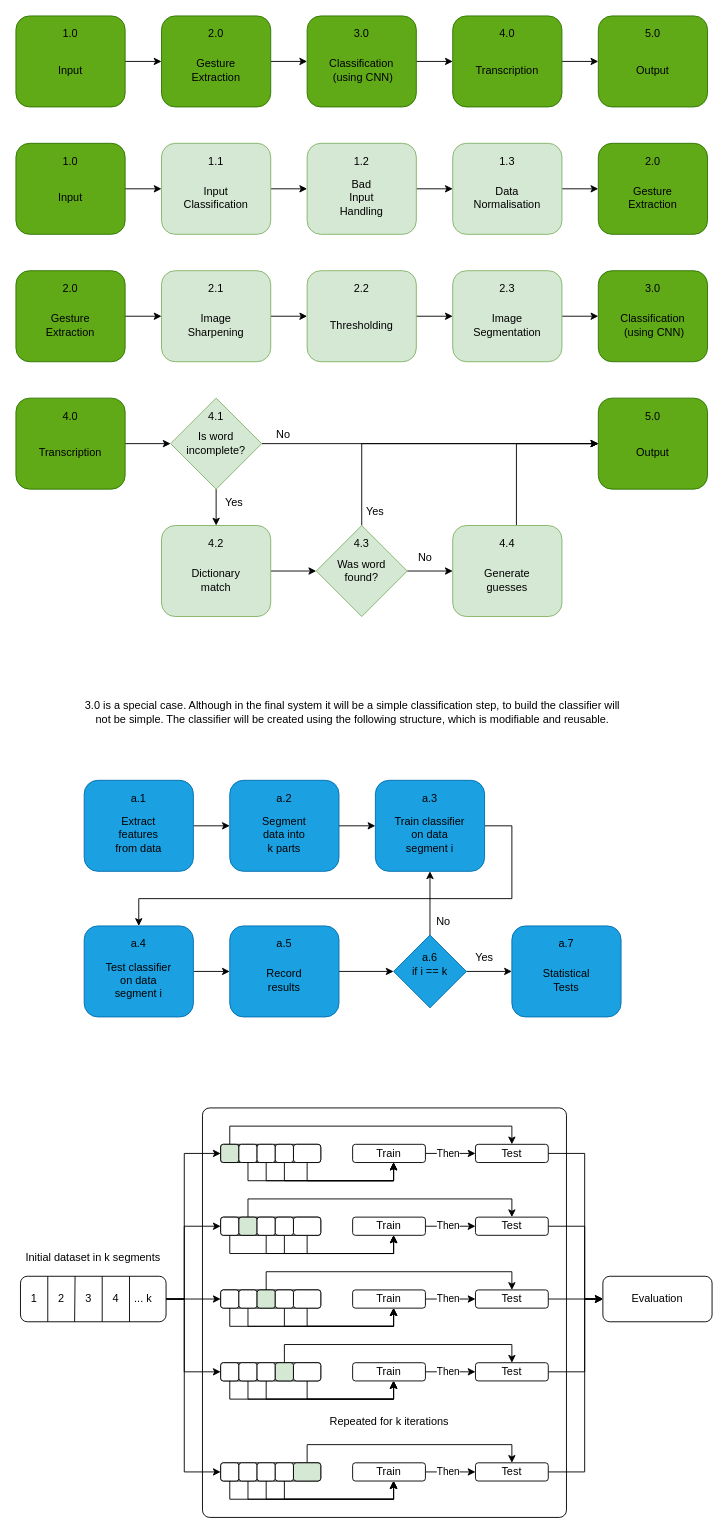
This is Untitled Diagram.drawio from Inkletblot/drawio, a draw.io file, before an edit. Source tidied: cells renumbered, new cells numbered last; positions are measured from the earlier drawing's top-left corner, leaving out a move shared by most shapes. Both pictures are drawn from the tidied source at 91%, with x=0, y=0 at pixel (15, 15).
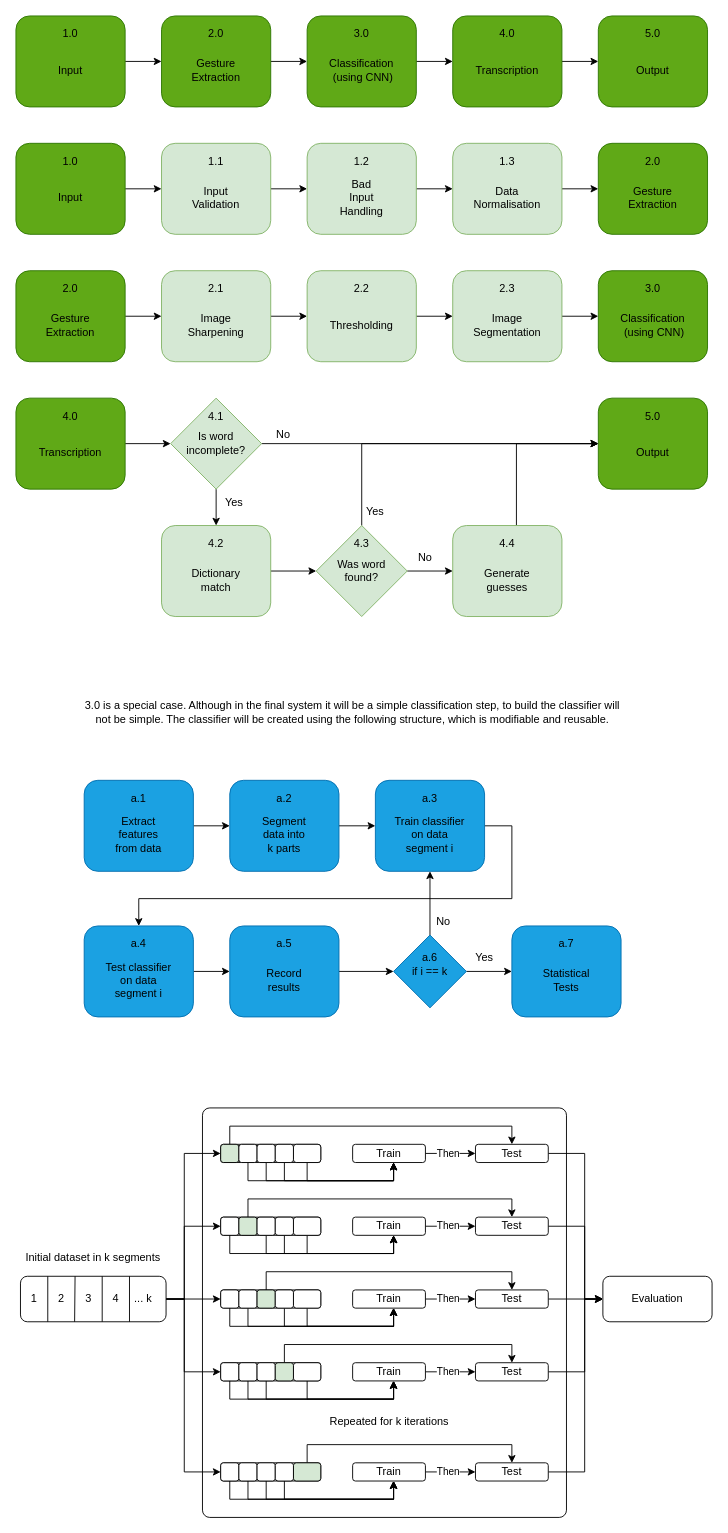
After the change.

The edit, as a diff of the source:
```diff
@@
-    <mxCell id="26" value="Input Classification" style="text;html=1;strokeColor=none;fillColor=none;align=center;verticalAlign=middle;whiteSpace=wrap;rounded=0;" parent="1" vertex="1">
+    <mxCell id="26" value="Input Validation" style="text;html=1;strokeColor=none;fillColor=none;align=center;verticalAlign=middle;whiteSpace=wrap;rounded=0;" parent="1" vertex="1">
       <mxGeometry x="200" y="190" width="40" height="20" as="geometry" />
     </mxCell>
```
